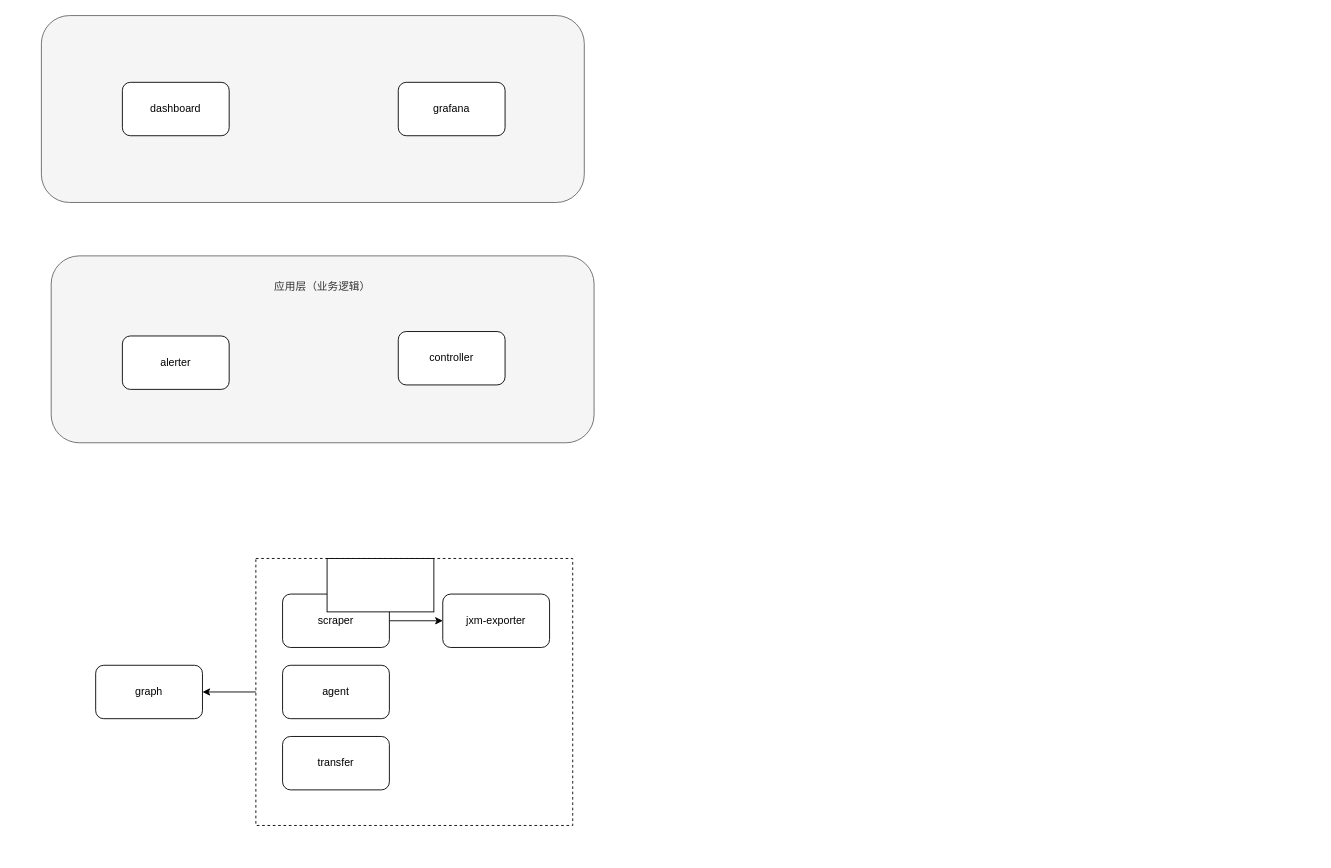
This is polaris分层架构图.drawio from wupei-w/diagrams, a draw.io file, before an edit. Source tidied: cells renumbered, new cells numbered last; positions are measured from the earlier drawing's top-left corner, leaving out a move shared by most shapes. Both pictures are drawn from the tidied source at 89%, with x=0, y=0 at pixel (41, 15).
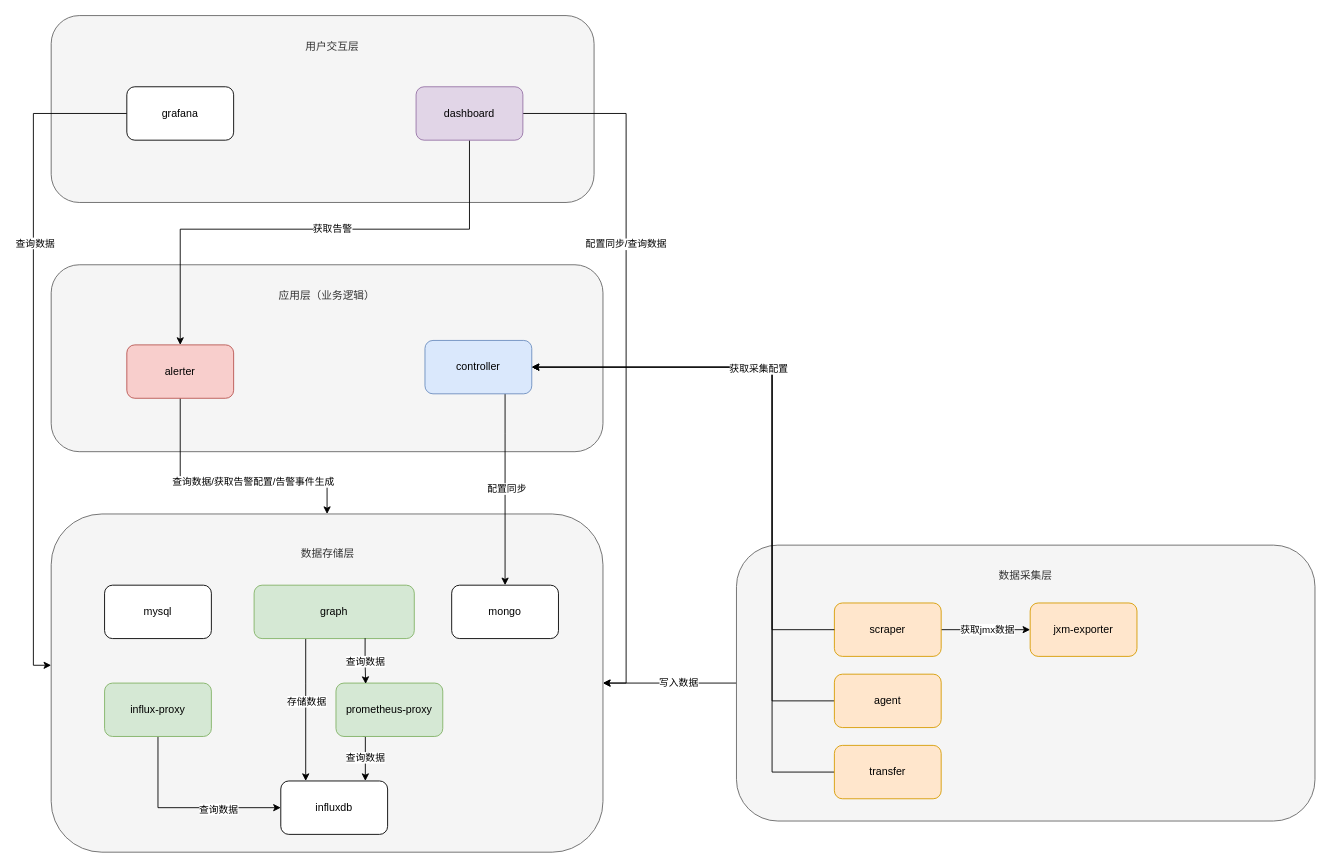
After the change.

Commit message:
更新polaris分层架构图.drawio

The change refers to these unchanged cells:
```xml
<mxCell id="4" style="edgeStyle=orthogonalEdgeStyle;rounded=0;jettySize=auto;html=1;" parent="1" edge="1" source="5" target="10">
  <mxGeometry relative="1" as="geometry" />
</mxCell>
```

What changed in the source:
```diff
@@
+    <mxCell id="18" style="edgeStyle=orthogonalEdgeStyle;rounded=0;jettySize=auto;html=1;entryX=1;entryY=0.5;entryDx=0;entryDy=0;" parent="1" edge="1" source="20" target="21">
+      <mxGeometry relative="1" as="geometry" />
+    </mxCell>
+    <mxCell id="19" value="写入数据" style="edgeLabel;html=1;align=center;verticalAlign=middle;" parent="18" vertex="1">
+      <mxGeometry x="-0.12" y="-1" relative="1" as="geometry" />
+    </mxCell>
+    <mxCell id="20" style="rounded=1;whiteSpace=wrap;html=1;fillColor=#f5f5f5;fontColor=#333333;strokeColor=#666666;" parent="1" vertex="1">
+      <mxGeometry x="781" y="595" width="650" height="310" as="geometry" />
+    </mxCell>
+    <mxCell id="21" style="rounded=1;whiteSpace=wrap;html=1;fillColor=#f5f5f5;fontColor=#333333;strokeColor=#666666;" parent="1" vertex="1">
+      <mxGeometry x="11" y="560" width="620" height="380" as="geometry" />
+    </mxCell>
     <mxCell id="2" style="rounded=1;whiteSpace=wrap;html=1;fillColor=#f5f5f5;fontColor=#333333;strokeColor=#666666;" parent="1" vertex="1">
-      <mxGeometry x="11" y="270" width="610" height="210" as="geometry" />
+      <mxGeometry x="11" y="280" width="620" height="210" as="geometry" />
     </mxCell>
+    <mxCell id="22" style="edgeStyle=orthogonalEdgeStyle;rounded=0;jettySize=auto;html=1;" parent="1" edge="1" source="3" target="39">
+      <mxGeometry relative="1" as="geometry">
+        <Array as="points">
+          <mxPoint x="297" y="750" />
+          <mxPoint x="297" y="750" />
+        </Array>
+      </mxGeometry>
+    </mxCell>
+    <mxCell id="23" value="存储数据" style="edgeLabel;html=1;align=center;verticalAlign=middle;" parent="22" vertex="1">
+      <mxGeometry x="-0.13" relative="1" as="geometry" />
+    </mxCell>
-    <mxCell id="3" value="graph" style="rounded=1;whiteSpace=wrap;html=1;" parent="1" vertex="1">
-      <mxGeometry x="61" y="730" width="120" height="60" as="geometry" />
+    <mxCell id="3" value="graph" style="rounded=1;whiteSpace=wrap;html=1;fillColor=#d5e8d4;strokeColor=#82b366;" parent="1" vertex="1">
+      <mxGeometry x="239" y="640" width="180" height="60" as="geometry" />
     </mxCell>
@@
+    <mxCell id="24" value="获取jmx数据" style="edgeLabel;html=1;align=center;verticalAlign=middle;" parent="4" vertex="1">
+      <mxGeometry x="0.02" y="1" relative="1" as="geometry" />
+    </mxCell>
-    <mxCell id="5" value="scraper" style="rounded=1;whiteSpace=wrap;html=1;" parent="1" vertex="1">
-      <mxGeometry x="271" y="650" width="120" height="60" as="geometry" />
+    <mxCell id="5" value="scraper" style="rounded=1;whiteSpace=wrap;html=1;fillColor=#ffe6cc;strokeColor=#d79b00;" parent="1" vertex="1">
+      <mxGeometry x="891" y="660" width="120" height="60" as="geometry" />
     </mxCell>
+    <mxCell id="25" style="edgeStyle=orthogonalEdgeStyle;rounded=0;jettySize=auto;html=1;entryX=1;entryY=0.5;entryDx=0;entryDy=0;" parent="1" edge="1" source="6" target="9">
+      <mxGeometry relative="1" as="geometry">
+        <Array as="points">
+          <mxPoint x="821" y="770" />
+          <mxPoint x="821" y="395" />
+        </Array>
+      </mxGeometry>
+    </mxCell>
-    <mxCell id="6" value="agent" style="rounded=1;whiteSpace=wrap;html=1;" parent="1" vertex="1">
-      <mxGeometry x="271" y="730" width="120" height="60" as="geometry" />
+    <mxCell id="6" value="agent" style="rounded=1;whiteSpace=wrap;html=1;fillColor=#ffe6cc;strokeColor=#d79b00;" parent="1" vertex="1">
+      <mxGeometry x="891" y="740" width="120" height="60" as="geometry" />
     </mxCell>
+    <mxCell id="26" style="edgeStyle=orthogonalEdgeStyle;rounded=0;jettySize=auto;html=1;entryX=1;entryY=0.5;entryDx=0;entryDy=0;" parent="1" edge="1" source="7" target="9">
+      <mxGeometry relative="1" as="geometry">
+        <Array as="points">
+          <mxPoint x="821" y="850" />
+          <mxPoint x="821" y="395" />
+        </Array>
+      </mxGeometry>
+    </mxCell>
-    <mxCell id="7" value="transfer" style="rounded=1;whiteSpace=wrap;html=1;" parent="1" vertex="1">
-      <mxGeometry x="271" y="810" width="120" height="60" as="geometry" />
+    <mxCell id="7" value="transfer" style="rounded=1;whiteSpace=wrap;html=1;fillColor=#ffe6cc;strokeColor=#d79b00;" parent="1" vertex="1">
+      <mxGeometry x="891" y="820" width="120" height="60" as="geometry" />
     </mxCell>
+    <mxCell id="27" style="edgeStyle=orthogonalEdgeStyle;rounded=0;jettySize=auto;html=1;" parent="1" edge="1" source="8" target="21">
+      <mxGeometry relative="1" as="geometry">
+        <Array as="points">
+          <mxPoint x="156" y="520" />
+          <mxPoint x="321" y="520" />
+        </Array>
+      </mxGeometry>
+    </mxCell>
+    <mxCell id="28" value="查询数据/获取告警配置/告警事件生成" style="edgeLabel;html=1;align=center;verticalAlign=middle;" parent="27" vertex="1">
+      <mxGeometry x="0.16" y="-3" relative="1" as="geometry" />
+    </mxCell>
-    <mxCell id="8" value="alerter" style="rounded=1;whiteSpace=wrap;html=1;" parent="1" vertex="1">
-      <mxGeometry x="91" y="360" width="120" height="60" as="geometry" />
+    <mxCell id="8" value="alerter" style="rounded=1;whiteSpace=wrap;html=1;fillColor=#f8cecc;strokeColor=#b85450;" parent="1" vertex="1">
+      <mxGeometry x="96" y="370" width="120" height="60" as="geometry" />
     </mxCell>
+    <mxCell id="29" style="edgeStyle=orthogonalEdgeStyle;rounded=0;jettySize=auto;html=1;entryX=0.5;entryY=0;entryDx=0;entryDy=0;" parent="1" edge="1" source="9" target="41">
+      <mxGeometry relative="1" as="geometry">
+        <Array as="points">
+          <mxPoint x="521" y="470" />
+          <mxPoint x="521" y="470" />
+        </Array>
+      </mxGeometry>
+    </mxCell>
+    <mxCell id="30" value="配置同步" style="edgeLabel;html=1;align=center;verticalAlign=middle;" parent="29" vertex="1">
+      <mxGeometry x="-0.01" y="1" relative="1" as="geometry" />
+    </mxCell>
-    <mxCell id="9" value="controller" style="rounded=1;whiteSpace=wrap;html=1;" parent="1" vertex="1">
-      <mxGeometry x="401" y="355" width="120" height="60" as="geometry" />
+    <mxCell id="9" value="controller" style="rounded=1;whiteSpace=wrap;html=1;fillColor=#dae8fc;strokeColor=#6c8ebf;" parent="1" vertex="1">
+      <mxGeometry x="431" y="365" width="120" height="60" as="geometry" />
     </mxCell>
-    <mxCell id="10" value="jxm-exporter" style="rounded=1;whiteSpace=wrap;html=1;" parent="1" vertex="1">
-      <mxGeometry x="451" y="650" width="120" height="60" as="geometry" />
+    <mxCell id="10" value="jxm-exporter" style="rounded=1;whiteSpace=wrap;html=1;fillColor=#ffe6cc;strokeColor=#d79b00;" parent="1" vertex="1">
+      <mxGeometry x="1111" y="660" width="120" height="60" as="geometry" />
     </mxCell>
-    <mxCell id="11" style="edgeStyle=orthogonalEdgeStyle;rounded=0;jettySize=auto;html=1;" parent="1" edge="1" source="12" target="3">
-      <mxGeometry relative="1" as="geometry" />
-    </mxCell>
-    <mxCell id="12" style="rounded=0;whiteSpace=wrap;html=1;dashed=1;fillColor=none;" parent="1" vertex="1">
-      <mxGeometry x="241" y="610" width="356" height="300" as="geometry" />
-    </mxCell>
-    <mxCell id="13" style="rounded=0;whiteSpace=wrap;html=1;" parent="1" vertex="1">
-      <mxGeometry x="321" y="610" width="120" height="60" as="geometry" />
-    </mxCell>
     <mxCell id="14" value="&lt;span style=&quot;color: rgb(51, 51, 51);&quot;&gt;应用层（业务逻辑）&lt;/span&gt;" style="text;html=1;align=center;verticalAlign=middle;whiteSpace=wrap;rounded=0;" parent="1" vertex="1">
-      <mxGeometry x="244" y="290" width="144" height="30" as="geometry" />
+      <mxGeometry x="249" y="300" width="144" height="30" as="geometry" />
     </mxCell>
     <mxCell id="15" style="rounded=1;whiteSpace=wrap;html=1;fillColor=#f5f5f5;fontColor=#333333;strokeColor=#666666;" parent="1" vertex="1">
-      <mxGeometry width="610" height="210" as="geometry" />
+      <mxGeometry x="11" width="610" height="210" as="geometry" />
     </mxCell>
+    <mxCell id="31" style="edgeStyle=orthogonalEdgeStyle;rounded=0;jettySize=auto;html=1;entryX=0.5;entryY=0;entryDx=0;entryDy=0;" parent="1" edge="1" source="16" target="8">
+      <mxGeometry relative="1" as="geometry">
+        <Array as="points">
+          <mxPoint x="481" y="240" />
+          <mxPoint x="156" y="240" />
+        </Array>
+      </mxGeometry>
+    </mxCell>
+    <mxCell id="32" value="获取告警" style="edgeLabel;html=1;align=center;verticalAlign=middle;" parent="31" vertex="1">
+      <mxGeometry x="-0.08" y="-1" relative="1" as="geometry" />
+    </mxCell>
+    <mxCell id="33" style="edgeStyle=orthogonalEdgeStyle;rounded=0;jettySize=auto;html=1;entryX=1;entryY=0.5;entryDx=0;entryDy=0;" parent="1" edge="1" source="16" target="21">
+      <mxGeometry relative="1" as="geometry">
+        <Array as="points">
+          <mxPoint x="657" y="110" />
+          <mxPoint x="657" y="750" />
+        </Array>
+      </mxGeometry>
+    </mxCell>
+    <mxCell id="34" value="配置同步/查询数据" style="edgeLabel;html=1;align=center;verticalAlign=middle;" parent="33" vertex="1">
+      <mxGeometry x="-0.33" y="-1" relative="1" as="geometry" />
+    </mxCell>
-    <mxCell id="16" value="dashboard" style="rounded=1;whiteSpace=wrap;html=1;" parent="1" vertex="1">
-      <mxGeometry x="91" y="75" width="120" height="60" as="geometry" />
+    <mxCell id="16" value="dashboard" style="rounded=1;whiteSpace=wrap;html=1;fillColor=#e1d5e7;strokeColor=#9673a6;" parent="1" vertex="1">
+      <mxGeometry x="421" y="80" width="120" height="60" as="geometry" />
     </mxCell>
+    <mxCell id="35" style="edgeStyle=orthogonalEdgeStyle;rounded=0;jettySize=auto;html=1;" parent="1" edge="1" source="17">
+      <mxGeometry relative="1" as="geometry">
+        <mxPoint x="11" y="730" as="targetPoint" />
+        <Array as="points">
+          <mxPoint x="-9" y="110" />
+          <mxPoint x="-9" y="730" />
+          <mxPoint x="11" y="730" />
+        </Array>
+      </mxGeometry>
+    </mxCell>
+    <mxCell id="36" value="查询数据" style="edgeLabel;html=1;align=center;verticalAlign=middle;" parent="35" vertex="1">
+      <mxGeometry x="-0.33" y="1" relative="1" as="geometry" />
+    </mxCell>
     <mxCell id="17" value="grafana" style="rounded=1;whiteSpace=wrap;html=1;" parent="1" vertex="1">
-      <mxGeometry x="401" y="75" width="120" height="60" as="geometry" />
+      <mxGeometry x="96" y="80" width="120" height="60" as="geometry" />
     </mxCell>
+    <mxCell id="37" value="&lt;span style=&quot;color: rgb(51, 51, 51);&quot;&gt;数据存储层&lt;/span&gt;" style="text;html=1;align=center;verticalAlign=middle;whiteSpace=wrap;rounded=0;" parent="1" vertex="1">
+      <mxGeometry x="250" y="590" width="144" height="30" as="geometry" />
+    </mxCell>
+    <mxCell id="38" value="&lt;span style=&quot;color: rgb(51, 51, 51);&quot;&gt;用户交互层&lt;/span&gt;" style="text;html=1;align=center;verticalAlign=middle;whiteSpace=wrap;rounded=0;" parent="1" vertex="1">
+      <mxGeometry x="255" y="20" width="144" height="30" as="geometry" />
+    </mxCell>
+    <mxCell id="39" value="influxdb" style="rounded=1;whiteSpace=wrap;html=1;" parent="1" vertex="1">
+      <mxGeometry x="269" y="860" width="120" height="60" as="geometry" />
+    </mxCell>
+    <mxCell id="40" value="&lt;span style=&quot;color: rgb(51, 51, 51);&quot;&gt;数据采集层&lt;/span&gt;" style="text;html=1;align=center;verticalAlign=middle;whiteSpace=wrap;rounded=0;" parent="1" vertex="1">
+      <mxGeometry x="1034" y="615" width="144" height="30" as="geometry" />
+    </mxCell>
+    <mxCell id="41" value="mongo" style="rounded=1;whiteSpace=wrap;html=1;" parent="1" vertex="1">
+      <mxGeometry x="461" y="640" width="120" height="60" as="geometry" />
+    </mxCell>
+    <mxCell id="42" style="edgeStyle=orthogonalEdgeStyle;rounded=0;jettySize=auto;html=1;entryX=1;entryY=0.5;entryDx=0;entryDy=0;exitX=0;exitY=0.5;exitDx=0;exitDy=0;" parent="1" edge="1" source="5" target="9">
+      <mxGeometry relative="1" as="geometry">
+        <Array as="points">
+          <mxPoint x="821" y="690" />
+          <mxPoint x="821" y="395" />
+        </Array>
+      </mxGeometry>
+    </mxCell>
+    <mxCell id="43" value="获取采集配置" style="edgeLabel;html=1;align=center;verticalAlign=middle;" parent="42" vertex="1">
+      <mxGeometry x="0.2" y="1" relative="1" as="geometry" />
+    </mxCell>
+    <mxCell id="44" value="mysql" style="rounded=1;whiteSpace=wrap;html=1;" parent="1" vertex="1">
+      <mxGeometry x="71" y="640" width="120" height="60" as="geometry" />
+    </mxCell>
+    <mxCell id="45" style="edgeStyle=orthogonalEdgeStyle;rounded=0;jettySize=auto;html=1;" parent="1" edge="1" source="47" target="39">
+      <mxGeometry relative="1" as="geometry">
+        <Array as="points">
+          <mxPoint x="131" y="890" />
+        </Array>
+      </mxGeometry>
+    </mxCell>
+    <mxCell id="46" value="查询数据" style="edgeLabel;html=1;align=center;verticalAlign=middle;" parent="45" vertex="1">
+      <mxGeometry x="0.35" y="-1" relative="1" as="geometry" />
+    </mxCell>
+    <mxCell id="47" value="influx-proxy" style="rounded=1;whiteSpace=wrap;html=1;fillColor=#d5e8d4;strokeColor=#82b366;" parent="1" vertex="1">
+      <mxGeometry x="71" y="750" width="120" height="60" as="geometry" />
+    </mxCell>
+    <mxCell id="48" value="查询数据" style="edgeStyle=orthogonalEdgeStyle;rounded=0;jettySize=auto;html=1;exitX=0.25;exitY=1;exitDx=0;exitDy=0;" parent="1" edge="1" source="49" target="39">
+      <mxGeometry relative="1" as="geometry">
+        <Array as="points">
+          <mxPoint x="364" y="810" />
+        </Array>
+      </mxGeometry>
+    </mxCell>
+    <mxCell id="49" value="prometheus-proxy" style="rounded=1;whiteSpace=wrap;html=1;fillColor=#d5e8d4;strokeColor=#82b366;" parent="1" vertex="1">
+      <mxGeometry x="331" y="750" width="120" height="60" as="geometry" />
+    </mxCell>
+    <mxCell id="50" value="查询数据" style="edgeStyle=orthogonalEdgeStyle;rounded=0;jettySize=auto;html=1;exitX=0.693;exitY=0.993;exitDx=0;exitDy=0;entryX=0.278;entryY=0.016;entryDx=0;entryDy=0;entryPerimeter=0;exitPerimeter=0;" parent="1" edge="1" source="3" target="49">
+      <mxGeometry relative="1" as="geometry">
+        <Array as="points">
+          <mxPoint x="364" y="725" />
+          <mxPoint x="364" y="725" />
+        </Array>
+      </mxGeometry>
+    </mxCell>
```
